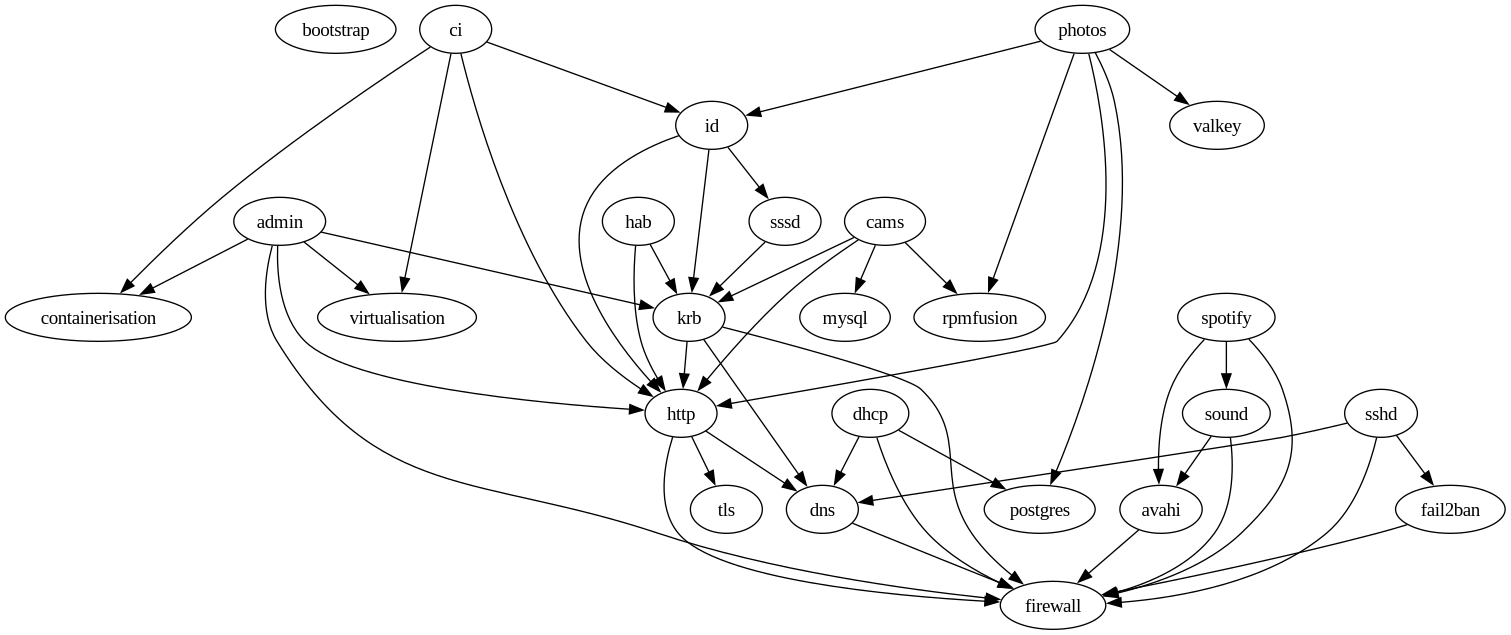
Above: depgraph.png in mbooth101/homelab (Graphviz), before the change. Its source is kept beside it as depgraph.gv.
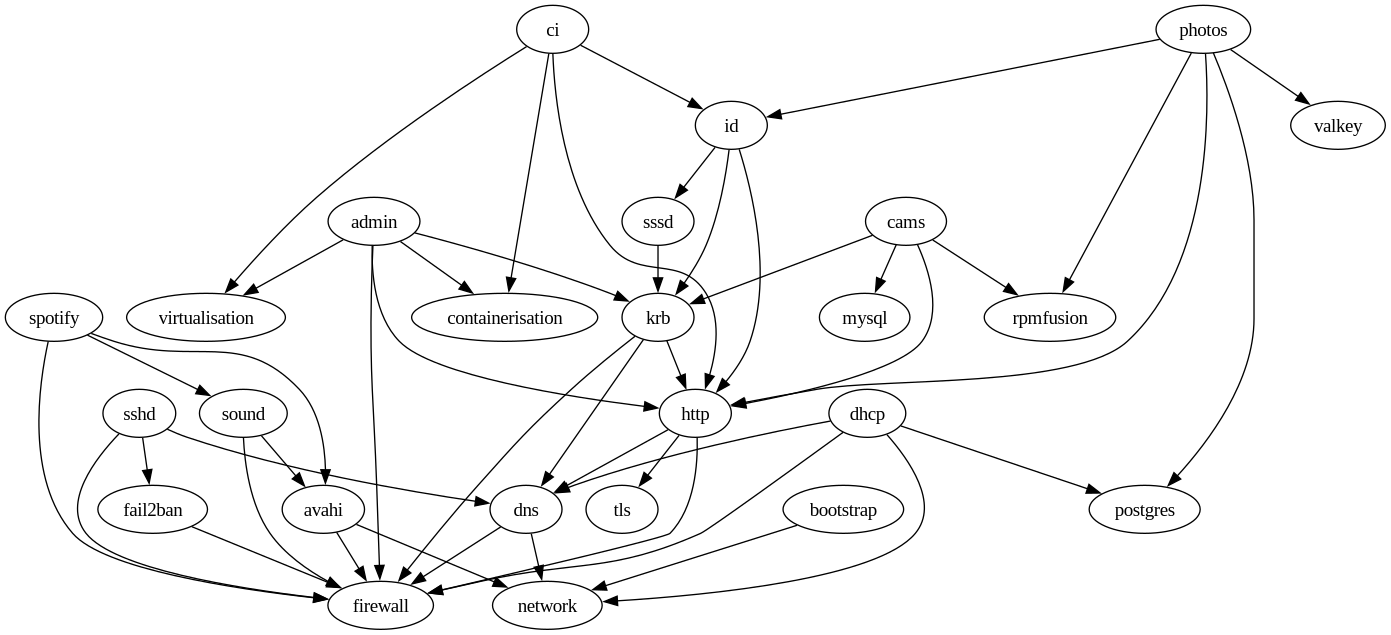
After the commit.

Commit message:
Update the README dependency graph

The edit, as a diff of the source:
```diff
@@ -1,11 +1,15 @@
 digraph {
 	bootstrap
+	bootstrap -> network
+	network
 	dhcp
 	dhcp -> firewall
 	firewall
+	dhcp -> network
 	dhcp -> dns
 	dns
 	dns -> firewall
+	dns -> network
 	dhcp -> postgres
 	postgres
 	sshd
@@ -49,6 +53,7 @@
 	spotify -> avahi
 	avahi
 	avahi -> firewall
+	avahi -> network
 	spotify -> sound
 	sound
 	sound -> firewall
@@ -65,7 +70,4 @@
 	ci -> id
 	ci -> containerisation
 	ci -> virtualisation
-	hab
-	hab -> http
-	hab -> krb
 }
```
